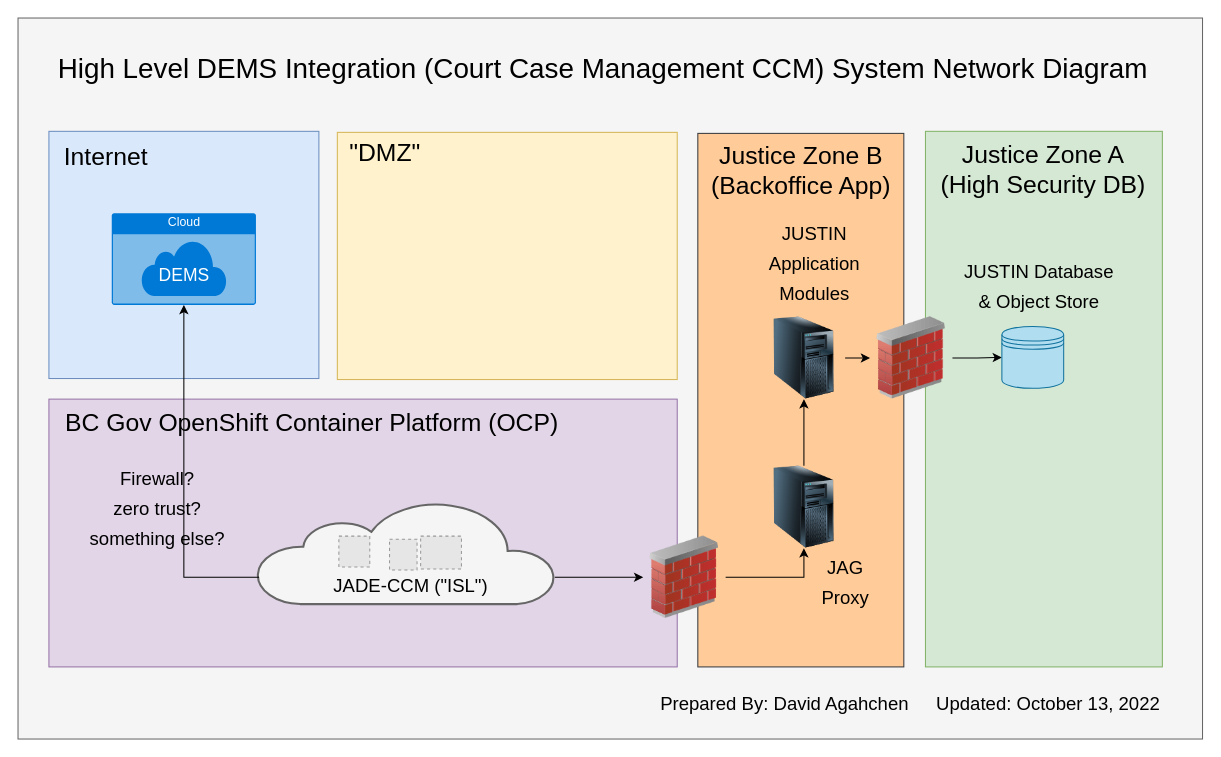
bcgov/jpss-jade-ccm keeps this draw.io diagram as diagrams/ccm_network_diagram.drawio. Above is the earlier version. Source tidied: cells renumbered, new cells numbered last; positions are measured from the earlier drawing's top-left corner, leaving out a move shared by most shapes. Both pictures are drawn from the tidied source at 103%, with x=0, y=0 at pixel (18, 18). Pictures stored in the file or linked from it are replaced by grey dashed boxes.
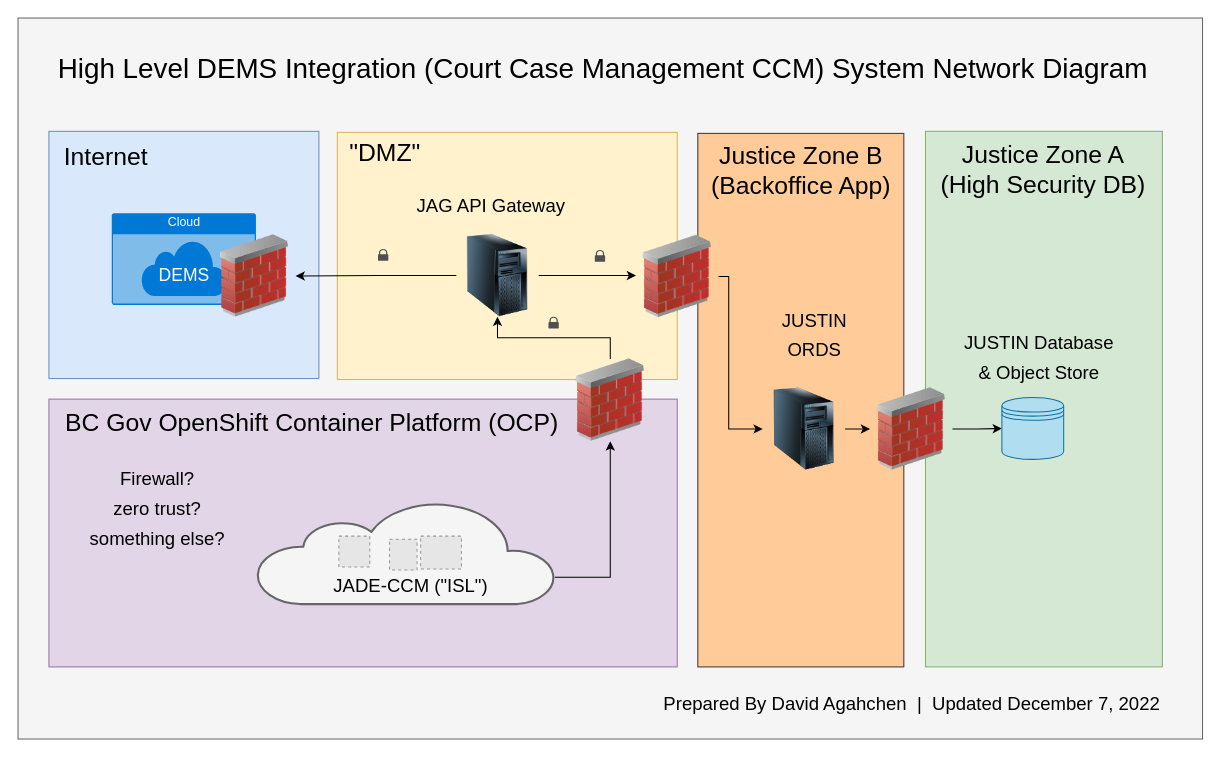
The same page after the edit.

Commit message (it also covers changes not shown here):
network diagram updated

Unchanged cells that the change refers to:
```xml
<mxCell id="5" style="html=1;verticalLabelPosition=bottom;align=center;labelBackgroundColor=#ffffff;verticalAlign=top;strokeWidth=2;shadow=0;dashed=0;shape=mxgraph.ios7.icons.cloud;fontSize=17;fillColor=#f5f5f5;strokeColor=#666666;fontColor=#333333;" parent="1" vertex="1">
  <mxGeometry x="232" y="469" width="290" height="100" as="geometry" />
</mxCell>
<mxCell id="14" value="Cloud" style="html=1;strokeColor=none;fillColor=#0079D6;labelPosition=center;verticalLabelPosition=middle;verticalAlign=top;align=center;fontSize=12;outlineConnect=0;spacingTop=-6;fontColor=#FFFFFF;sketch=0;shape=mxgraph.sitemap.cloud;" parent="1" vertex="1">
  <mxGeometry x="91" y="189.5" width="140" height="89" as="geometry" />
</mxCell>
```

The edit, as a diff of the source:
```diff
@@
     <mxCell id="13" style="image;html=1;image=img/lib/clip_art/networking/Firewall_02_128x128.png;" parent="1" vertex="1">
-      <mxGeometry x="827.2" y="290" width="80" height="80" as="geometry" />
+      <mxGeometry x="827.2" y="359" width="80" height="80" as="geometry" />
     </mxCell>
@@
-    <mxCell id="16" style="edgeStyle=orthogonalEdgeStyle;rounded=0;jettySize=auto;html=1;entryX=0.5;entryY=1;entryDx=0;entryDy=0;fontSize=18;startArrow=none;startFill=0;strokeColor=#000000;endArrow=classic;endFill=1;" parent="1" edge="1" source="33" target="25">
+    <mxCell id="16" style="edgeStyle=orthogonalEdgeStyle;rounded=0;jettySize=auto;html=1;fontSize=18;startArrow=none;startFill=0;strokeColor=#000000;endArrow=classic;endFill=1;exitX=0.5;exitY=0;exitDx=0;exitDy=0;" parent="1" edge="1" source="33" target="38">
       <mxGeometry relative="1" as="geometry" />
     </mxCell>
@@
     <mxCell id="24" value="&lt;div&gt;&lt;span style=&quot;font-size: 18px ; font-weight: 400&quot;&gt;JUSTIN Database&lt;/span&gt;&lt;/div&gt;&lt;div&gt;&lt;span style=&quot;font-size: 18px ; font-weight: 400&quot;&gt;&amp;amp;&amp;nbsp;&lt;/span&gt;&lt;span style=&quot;font-size: 18px ; font-weight: 400&quot;&gt;Object Store&lt;/span&gt;&lt;/div&gt;" style="text;strokeColor=none;fillColor=none;html=1;fontSize=24;fontStyle=1;verticalAlign=middle;align=center;rounded=1;labelBackgroundColor=none;fontColor=#000000;" parent="1" vertex="1">
-      <mxGeometry x="916.2" y="236.5" width="150" height="45" as="geometry" />
+      <mxGeometry x="916.2" y="305.5" width="150" height="45" as="geometry" />
     </mxCell>
-    <mxCell id="25" style="image;html=1;image=img/lib/clip_art/computers/Server_Tower_128x128.png;fontSize=18;" parent="1" vertex="1">
-      <mxGeometry x="723" y="434.8" width="80" height="80" as="geometry" />
-    </mxCell>
@@
-    <mxCell id="27" value="&lt;div&gt;&lt;span style=&quot;font-size: 18px ; font-weight: 400&quot;&gt;JUSTIN&lt;/span&gt;&lt;/div&gt;&lt;div&gt;&lt;span style=&quot;font-size: 18px ; font-weight: 400&quot;&gt;Application&lt;/span&gt;&lt;/div&gt;&lt;div&gt;&lt;span style=&quot;font-size: 18px ; font-weight: 400&quot;&gt;Modules&lt;/span&gt;&lt;/div&gt;" style="text;strokeColor=none;fillColor=none;html=1;fontSize=24;fontStyle=1;verticalAlign=middle;align=center;rounded=1;labelBackgroundColor=none;fontColor=#000000;" parent="1" vertex="1">
-      <mxGeometry x="720" y="184.5" width="105.2" height="104" as="geometry" />
+    <mxCell id="27" value="&lt;div&gt;&lt;span style=&quot;font-size: 18px ; font-weight: 400&quot;&gt;JUSTIN&lt;/span&gt;&lt;/div&gt;&lt;div&gt;&lt;span style=&quot;font-size: 18px ; font-weight: 400&quot;&gt;ORDS&lt;/span&gt;&lt;/div&gt;" style="text;strokeColor=none;fillColor=none;html=1;fontSize=24;fontStyle=1;verticalAlign=middle;align=center;rounded=1;labelBackgroundColor=none;fontColor=#000000;" parent="1" vertex="1">
+      <mxGeometry x="720" y="253.5" width="105.2" height="104" as="geometry" />
     </mxCell>
     <mxCell id="28" style="image;html=1;image=img/lib/clip_art/computers/Server_Tower_128x128.png;fontSize=18;" parent="1" vertex="1">
-      <mxGeometry x="723" y="290" width="80" height="80" as="geometry" />
+      <mxGeometry x="723" y="359" width="80" height="80" as="geometry" />
     </mxCell>
-    <mxCell id="29" style="edgeStyle=orthogonalEdgeStyle;rounded=0;jettySize=auto;html=1;fontSize=18;startArrow=none;startFill=0;strokeColor=#000000;endArrow=classic;endFill=1;exitX=0.007;exitY=0.74;exitDx=0;exitDy=0;exitPerimeter=0;" parent="1" edge="1" source="5" target="14">
+    <mxCell id="29" style="edgeStyle=orthogonalEdgeStyle;rounded=0;jettySize=auto;html=1;fontSize=18;startArrow=none;startFill=0;strokeColor=#000000;endArrow=classic;endFill=1;exitX=0;exitY=0.5;exitDx=0;exitDy=0;" parent="1" edge="1" source="38" target="39">
       <mxGeometry relative="1" as="geometry" />
     </mxCell>
@@
-    <mxCell id="31" value="&lt;div&gt;&lt;span style=&quot;font-size: 18px ; font-weight: 400&quot;&gt;Updated: October 13, 2022&lt;/span&gt;&lt;/div&gt;" style="text;strokeColor=none;fillColor=none;html=1;fontSize=24;fontStyle=1;verticalAlign=middle;align=right;rounded=1;labelBackgroundColor=none;fontColor=#000000;" parent="1" vertex="1">
-      <mxGeometry x="870" y="641" width="240" height="45" as="geometry" />
+    <mxCell id="31" value="&lt;div&gt;&lt;span style=&quot;font-size: 18px ; font-weight: 400&quot;&gt;Prepared By David Agahchen&amp;nbsp; |&amp;nbsp; Updated December 7, 2022&lt;/span&gt;&lt;/div&gt;" style="text;strokeColor=none;fillColor=none;html=1;fontSize=24;fontStyle=1;verticalAlign=middle;align=right;rounded=1;labelBackgroundColor=none;fontColor=#000000;" parent="1" vertex="1">
+      <mxGeometry x="570" y="641" width="540" height="45" as="geometry" />
     </mxCell>
-    <mxCell id="32" value="&lt;div&gt;&lt;span style=&quot;font-size: 18px ; font-weight: 400&quot;&gt;Prepared By: David Agahchen&lt;/span&gt;&lt;/div&gt;" style="text;strokeColor=none;fillColor=none;html=1;fontSize=24;fontStyle=1;verticalAlign=middle;align=center;rounded=1;labelBackgroundColor=none;fontColor=#000000;" parent="1" vertex="1">
-      <mxGeometry x="615" y="641" width="257" height="45" as="geometry" />
-    </mxCell>
     <mxCell id="33" style="image;html=1;image=img/lib/clip_art/networking/Firewall_02_128x128.png;" parent="1" vertex="1">
-      <mxGeometry x="607" y="503" width="80" height="80" as="geometry" />
+      <mxGeometry x="535" y="331" width="80" height="80" as="geometry" />
     </mxCell>
@@
     <mxCell id="35" style="shape=datastore;whiteSpace=wrap;html=1;fontSize=48;fillColor=#b1ddf0;strokeColor=#10739e;" parent="1" vertex="1">
-      <mxGeometry x="955.2" y="299.5" width="60" height="60" as="geometry" />
+      <mxGeometry x="955.2" y="368.5" width="60" height="60" as="geometry" />
     </mxCell>
-    <mxCell id="36" style="edgeStyle=orthogonalEdgeStyle;rounded=0;jettySize=auto;html=1;fontSize=18;startArrow=none;startFill=0;strokeColor=#000000;endArrow=classic;endFill=1;exitX=0.5;exitY=0;exitDx=0;exitDy=0;" parent="1" edge="1" source="25" target="28">
-      <mxGeometry relative="1" as="geometry" />
+    <mxCell id="36" style="edgeStyle=orthogonalEdgeStyle;rounded=0;jettySize=auto;html=1;fontSize=18;startArrow=none;startFill=0;strokeColor=#000000;endArrow=classic;endFill=1;" parent="1" edge="1" source="40" target="28">
+      <mxGeometry relative="1" as="geometry">
+        <Array as="points">
+          <mxPoint x="690" y="399" />
+        </Array>
+      </mxGeometry>
     </mxCell>
-    <mxCell id="37" value="&lt;div&gt;&lt;span style=&quot;font-size: 18px ; font-weight: 400&quot;&gt;JAG&lt;/span&gt;&lt;/div&gt;&lt;div&gt;&lt;span style=&quot;font-size: 18px ; font-weight: 400&quot;&gt;Proxy&lt;/span&gt;&lt;/div&gt;" style="text;strokeColor=none;fillColor=none;html=1;fontSize=24;fontStyle=1;verticalAlign=middle;align=center;rounded=1;labelBackgroundColor=none;fontColor=#000000;" parent="1" vertex="1">
-      <mxGeometry x="760" y="503" width="85.2" height="85" as="geometry" />
-    </mxCell>
+    <mxCell id="38" style="image;html=1;image=img/lib/clip_art/computers/Server_Tower_128x128.png;fontSize=18;" parent="1" vertex="1">
+      <mxGeometry x="425.5" y="210" width="80" height="80" as="geometry" />
+    </mxCell>
+    <mxCell id="39" style="image;html=1;image=img/lib/clip_art/networking/Firewall_02_128x128.png;" parent="1" vertex="1">
+      <mxGeometry x="189.5" y="210.5" width="80" height="80" as="geometry" />
+    </mxCell>
+    <mxCell id="40" style="image;html=1;image=img/lib/clip_art/networking/Firewall_02_128x128.png;" parent="1" vertex="1">
+      <mxGeometry x="600" y="211" width="80" height="80" as="geometry" />
+    </mxCell>
+    <mxCell id="41" style="edgeStyle=orthogonalEdgeStyle;rounded=0;jettySize=auto;html=1;fontSize=18;startArrow=none;startFill=0;strokeColor=#000000;endArrow=classic;endFill=1;exitX=1;exitY=0.5;exitDx=0;exitDy=0;" parent="1" edge="1" source="38">
+      <mxGeometry relative="1" as="geometry">
+        <mxPoint x="600" y="250" as="targetPoint" />
+      </mxGeometry>
+    </mxCell>
+    <mxCell id="42" style="sketch=0;shadow=0;dashed=0;html=1;strokeColor=none;fillColor=#505050;labelPosition=center;verticalLabelPosition=bottom;verticalAlign=top;align=center;shape=mxgraph.office.security.lock_protected;" parent="1" vertex="1">
+      <mxGeometry x="560" y="225.2" width="10" height="11.5" as="geometry" />
+    </mxCell>
+    <mxCell id="43" style="sketch=0;shadow=0;dashed=0;html=1;strokeColor=none;fillColor=#505050;labelPosition=center;verticalLabelPosition=bottom;verticalAlign=top;align=center;shape=mxgraph.office.security.lock_protected;" parent="1" vertex="1">
+      <mxGeometry x="515" y="290" width="10" height="11.5" as="geometry" />
+    </mxCell>
+    <mxCell id="44" style="sketch=0;shadow=0;dashed=0;html=1;strokeColor=none;fillColor=#505050;labelPosition=center;verticalLabelPosition=bottom;verticalAlign=top;align=center;shape=mxgraph.office.security.lock_protected;" parent="1" vertex="1">
+      <mxGeometry x="349.5" y="224.2" width="10" height="11.5" as="geometry" />
+    </mxCell>
+    <mxCell id="45" value="&lt;div&gt;&lt;span style=&quot;font-size: 18px ; font-weight: 400&quot;&gt;JAG API Gateway&lt;/span&gt;&lt;/div&gt;" style="text;strokeColor=none;fillColor=none;html=1;fontSize=24;fontStyle=1;verticalAlign=middle;align=center;rounded=1;labelBackgroundColor=none;fontColor=#000000;" parent="1" vertex="1">
+      <mxGeometry x="406.8" y="129" width="105.2" height="104" as="geometry" />
+    </mxCell>
```
